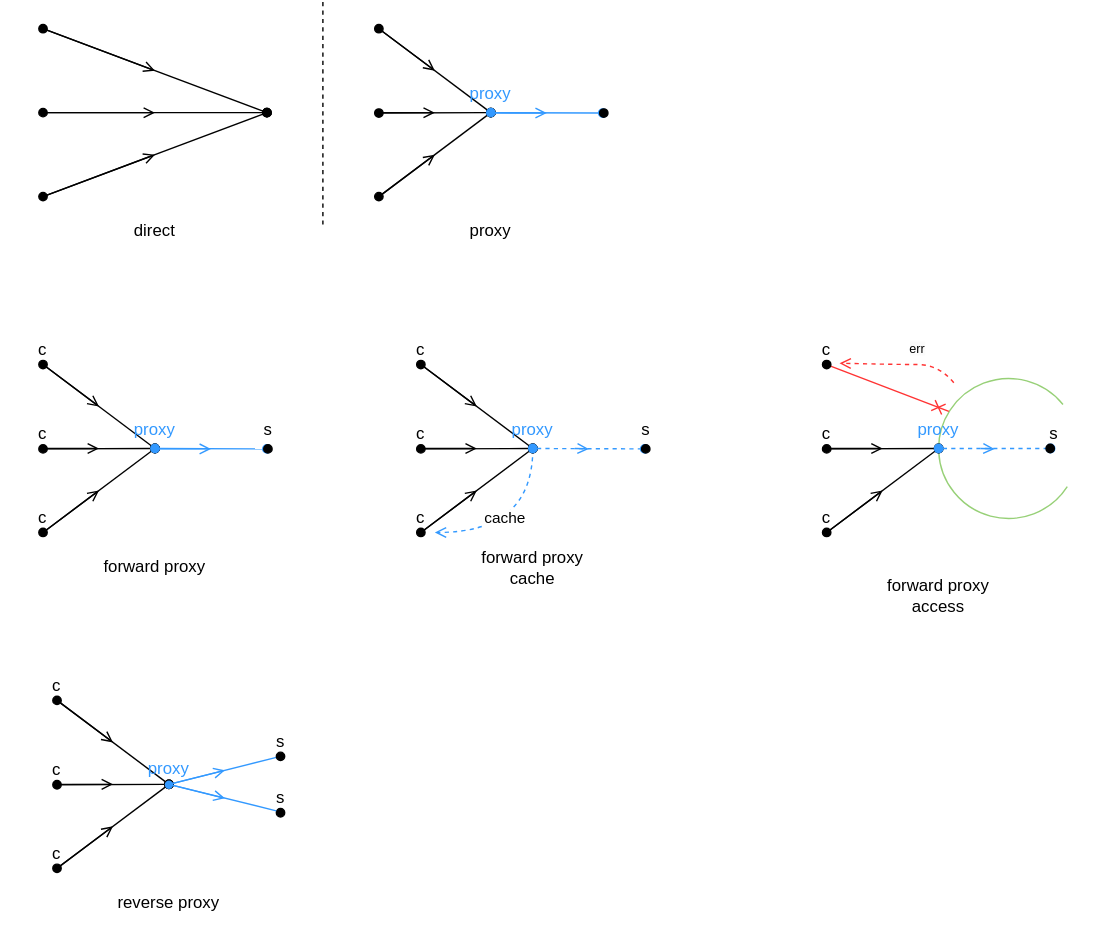
Before: Draw/nginx.drawio.svg, a diagram exported from draw.io (Zhangbokai614/draw). Source tidied: cells renumbered, new cells last; positions are measured from the earlier drawing's top-left corner, leaving out a move shared by most shapes.
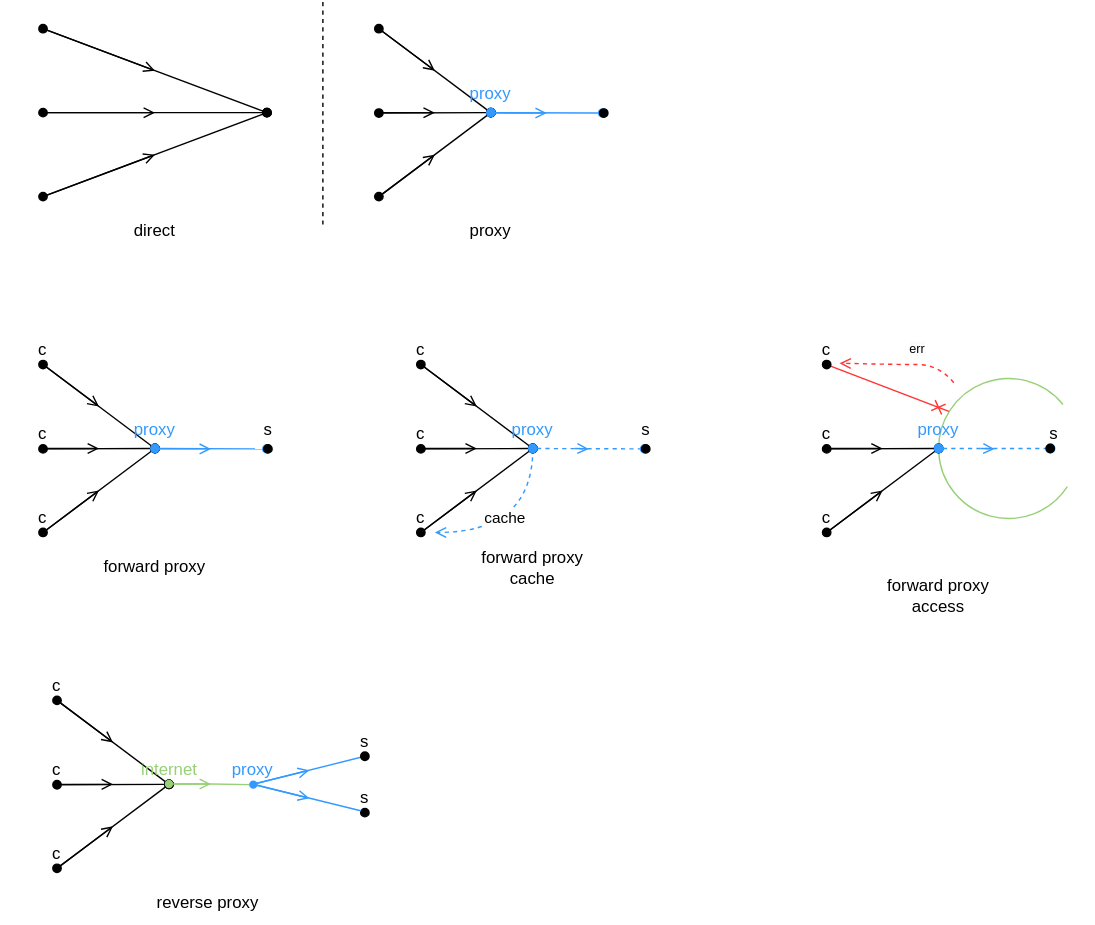
The same diagram one commit later.

Change to the diagram source:
```diff
@@ -374,12 +374,12 @@
     </mxCell>
     <mxCell id="79" style="endArrow=oval;html=1;rounded=0;endFill=1;" parent="1" edge="1">
       <mxGeometry relative="1" as="geometry">
-        <mxPoint x="200" y="510" as="sourcePoint" />
-        <mxPoint x="200" y="510.3" as="targetPoint" />
+        <mxPoint x="280.3" y="509.5" as="sourcePoint" />
+        <mxPoint x="280.3" y="509.8" as="targetPoint" />
       </mxGeometry>
     </mxCell>
     <mxCell id="80" value="proxy" style="text;html=1;strokeColor=none;fillColor=none;align=center;verticalAlign=middle;whiteSpace=wrap;rounded=0;fontColor=#3399FF;" parent="1" vertex="1">
-      <mxGeometry x="105" y="540" width="30" height="17.3" as="geometry" />
+      <mxGeometry x="165.3" y="541.4" width="30" height="17.3" as="geometry" />
     </mxCell>
     <mxCell id="81" style="endArrow=oval;startArrow=oval;html=1;rounded=0;startFill=1;endFill=1;exitX=0.5;exitY=1;exitDx=0;exitDy=0;" parent="1" edge="1">
       <mxGeometry relative="1" as="geometry">
@@ -413,17 +413,17 @@
     </mxCell>
     <mxCell id="86" style="endArrow=none;html=1;rounded=0;endFill=0;strokeColor=#3399FF;" parent="1" edge="1" target="88">
       <mxGeometry relative="1" as="geometry">
-        <mxPoint x="120" y="560" as="sourcePoint" />
+        <mxPoint x="180.3" y="559.9" as="sourcePoint" />
       </mxGeometry>
     </mxCell>
     <mxCell id="87" style="ellipse;whiteSpace=wrap;html=1;strokeColor=none;fillColor=#000000;" parent="1" vertex="1">
-      <mxGeometry x="209.7" y="510" as="geometry" />
+      <mxGeometry x="290" y="509.5" height="1" as="geometry" />
     </mxCell>
     <mxCell id="88" style="ellipse;whiteSpace=wrap;html=1;fillColor=#000000;" parent="1" vertex="1">
-      <mxGeometry x="196.7" y="537" width="6" height="6" as="geometry" />
+      <mxGeometry x="257" y="536.9" width="6" height="6" as="geometry" />
     </mxCell>
     <mxCell id="89" value="reverse proxy" style="text;html=1;strokeColor=none;fillColor=none;align=center;verticalAlign=middle;whiteSpace=wrap;rounded=0;" parent="1" vertex="1">
-      <mxGeometry x="80" y="630" width="80" height="30" as="geometry" />
+      <mxGeometry x="107.7" y="630" width="80" height="30" as="geometry" />
     </mxCell>
     <mxCell id="90" value="c" style="text;html=1;strokeColor=none;fillColor=none;align=center;verticalAlign=middle;whiteSpace=wrap;rounded=0;" parent="1" vertex="1">
       <mxGeometry x="10" y="480" width="60" height="20" as="geometry" />
@@ -436,41 +436,61 @@
     </mxCell>
     <mxCell id="93" style="endArrow=oval;html=1;rounded=0;endFill=1;" parent="1" edge="1">
       <mxGeometry relative="1" as="geometry">
-        <mxPoint x="200" y="586.7" as="sourcePoint" />
-        <mxPoint x="200" y="587" as="targetPoint" />
+        <mxPoint x="260.3" y="586.6" as="sourcePoint" />
+        <mxPoint x="260.3" y="586.9" as="targetPoint" />
       </mxGeometry>
     </mxCell>
     <mxCell id="94" style="ellipse;whiteSpace=wrap;html=1;strokeColor=none;fillColor=#000000;" parent="1" vertex="1">
-      <mxGeometry x="209.7" y="586.7" as="geometry" />
+      <mxGeometry x="270" y="586.6" height="1" as="geometry" />
     </mxCell>
     <mxCell id="95" style="ellipse;whiteSpace=wrap;html=1;fillColor=#000000;" parent="1" vertex="1">
-      <mxGeometry x="196.7" y="577.3" width="6" height="6" as="geometry" />
+      <mxGeometry x="257" y="577.2" width="6" height="6" as="geometry" />
     </mxCell>
     <mxCell id="96" value="s" style="text;html=1;strokeColor=none;fillColor=none;align=center;verticalAlign=middle;whiteSpace=wrap;rounded=0;" parent="1" vertex="1">
-      <mxGeometry x="194.7" y="520" width="9.7" height="20" as="geometry" />
+      <mxGeometry x="255" y="519.9" width="9.7" height="20" as="geometry" />
     </mxCell>
     <mxCell id="97" value="s" style="text;html=1;strokeColor=none;fillColor=none;align=center;verticalAlign=middle;whiteSpace=wrap;rounded=0;" parent="1" vertex="1">
-      <mxGeometry x="194.7" y="560" width="10" height="20" as="geometry" />
+      <mxGeometry x="255" y="559.9" width="10" height="20" as="geometry" />
     </mxCell>
     <mxCell id="98" style="endArrow=open;html=1;rounded=0;endFill=0;strokeColor=#3399FF;" parent="1" edge="1">
       <mxGeometry relative="1" as="geometry">
-        <mxPoint x="120" y="560" as="sourcePoint" />
-        <mxPoint x="160" y="550" as="targetPoint" />
+        <mxPoint x="180.3" y="559.9" as="sourcePoint" />
+        <mxPoint x="220.3" y="549.9" as="targetPoint" />
       </mxGeometry>
     </mxCell>
     <mxCell id="99" style="endArrow=none;html=1;rounded=0;endFill=0;strokeColor=#3399FF;entryX=-0.004;entryY=0.272;entryDx=0;entryDy=0;entryPerimeter=0;" parent="1" edge="1" target="95">
       <mxGeometry relative="1" as="geometry">
-        <mxPoint x="120" y="560" as="sourcePoint" />
+        <mxPoint x="180.3" y="559.9" as="sourcePoint" />
       </mxGeometry>
     </mxCell>
     <mxCell id="100" style="endArrow=open;html=1;rounded=0;endFill=0;strokeColor=#3399FF;" parent="1" edge="1">
       <mxGeometry relative="1" as="geometry">
-        <mxPoint x="120" y="560" as="sourcePoint" />
-        <mxPoint x="160" y="570" as="targetPoint" />
+        <mxPoint x="180.3" y="559.9" as="sourcePoint" />
+        <mxPoint x="220.3" y="569.9" as="targetPoint" />
       </mxGeometry>
     </mxCell>
     <mxCell id="101" style="ellipse;whiteSpace=wrap;html=1;fillColor=#3399FF;strokeColor=none;" parent="1" vertex="1">
-      <mxGeometry x="117" y="557.3" width="6" height="6" as="geometry" />
+      <mxGeometry x="177.3" y="557.2" width="6" height="6" as="geometry" />
     </mxCell>
+    <mxCell id="102" style="edgeStyle=orthogonalEdgeStyle;rounded=0;jettySize=auto;html=1;exitX=1;exitY=0.5;exitDx=0;exitDy=0;entryX=0;entryY=0.5;entryDx=0;entryDy=0;endArrow=none;endFill=0;strokeColor=#97D077;" parent="1" edge="1" source="107" target="101">
+      <mxGeometry relative="1" as="geometry" />
+    </mxCell>
+    <mxCell id="103" style="edgeStyle=orthogonalEdgeStyle;rounded=0;jettySize=auto;html=1;exitX=1;exitY=0.5;exitDx=0;exitDy=0;endArrow=open;endFill=0;strokeColor=#97D077;" parent="1" edge="1" source="107">
+      <mxGeometry relative="1" as="geometry">
+        <mxPoint x="150" y="560" as="targetPoint" />
+      </mxGeometry>
+    </mxCell>
+    <mxCell id="104" style="edgeStyle=orthogonalEdgeStyle;rounded=0;jettySize=auto;html=1;exitX=1;exitY=0.5;exitDx=0;exitDy=0;entryX=0;entryY=0.5;entryDx=0;entryDy=0;endArrow=none;endFill=0;" parent="1" edge="1" source="105" target="107">
+      <mxGeometry relative="1" as="geometry" />
+    </mxCell>
+    <mxCell id="105" style="ellipse;whiteSpace=wrap;html=1;fillColor=#000000;strokeColor=none;" parent="1" vertex="1">
+      <mxGeometry x="117" y="556.8" width="6" height="6" as="geometry" />
+    </mxCell>
+    <mxCell id="106" value="internet" style="text;html=1;strokeColor=none;fillColor=none;align=center;verticalAlign=middle;whiteSpace=wrap;rounded=0;fontColor=#97D077;" parent="1" vertex="1">
+      <mxGeometry x="97.5" y="541.4" width="45" height="17.3" as="geometry" />
+    </mxCell>
+    <mxCell id="107" style="ellipse;whiteSpace=wrap;html=1;fillColor=#97D077;strokeColor=none;" parent="1" vertex="1">
+      <mxGeometry x="117" y="556.8" width="6" height="6" as="geometry" />
+    </mxCell>
   </root>
 </mxGraphModel>
```
